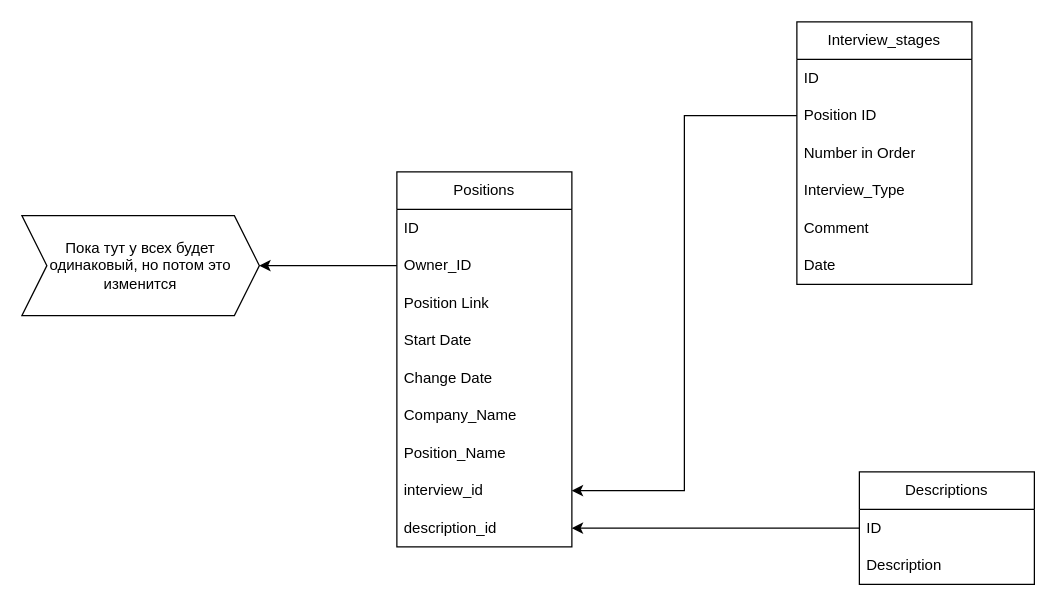
DimaVarek/exercises keeps this draw.io diagram as db_interview_helper.drawio. Above is the earlier version. Source tidied: cells renumbered, new cells numbered last; positions are measured from the earlier drawing's top-left corner, leaving out a move shared by most shapes. Both pictures are drawn from the tidied source at 125%, with x=0, y=0 at pixel (21, 21).
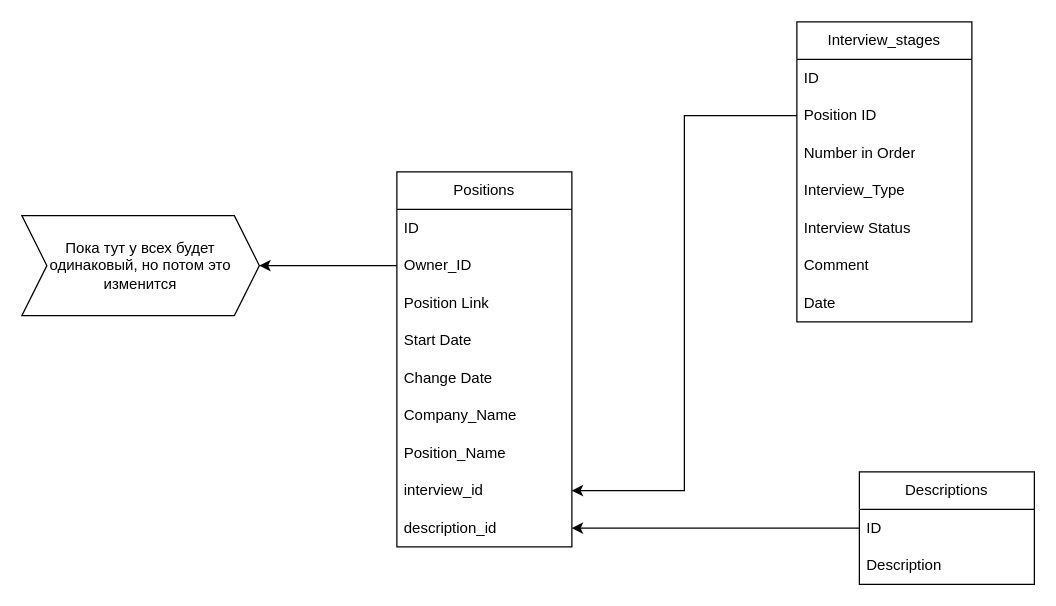
The same diagram, later.

The edit, as a diff of the source:
```diff
@@
     <mxCell id="12" value="Interview_stages" style="swimlane;fontStyle=0;horizontal=1;startSize=30;whiteSpace=wrap;html=1;" parent="1" vertex="1">
-      <mxGeometry x="620" width="140" height="210" as="geometry" />
+      <mxGeometry x="620" width="140" height="240" as="geometry" />
     </mxCell>
@@
+    <mxCell id="26" value="Interview Status" style="text;strokeColor=none;fillColor=none;align=left;verticalAlign=middle;spacingLeft=4;spacingRight=4;overflow=hidden;whiteSpace=wrap;html=1;" parent="12" vertex="1">
+      <mxGeometry y="150" width="140" height="30" as="geometry" />
+    </mxCell>
     <mxCell id="17" value="Comment" style="text;strokeColor=none;fillColor=none;align=left;verticalAlign=middle;spacingLeft=4;spacingRight=4;overflow=hidden;whiteSpace=wrap;html=1;" parent="12" vertex="1">
-      <mxGeometry y="150" width="140" height="30" as="geometry" />
+      <mxGeometry y="180" width="140" height="30" as="geometry" />
     </mxCell>
     <mxCell id="18" value="Date" style="text;strokeColor=none;fillColor=none;align=left;verticalAlign=middle;spacingLeft=4;spacingRight=4;overflow=hidden;whiteSpace=wrap;html=1;" parent="12" vertex="1">
-      <mxGeometry y="180" width="140" height="30" as="geometry" />
+      <mxGeometry y="210" width="140" height="30" as="geometry" />
     </mxCell>
```
